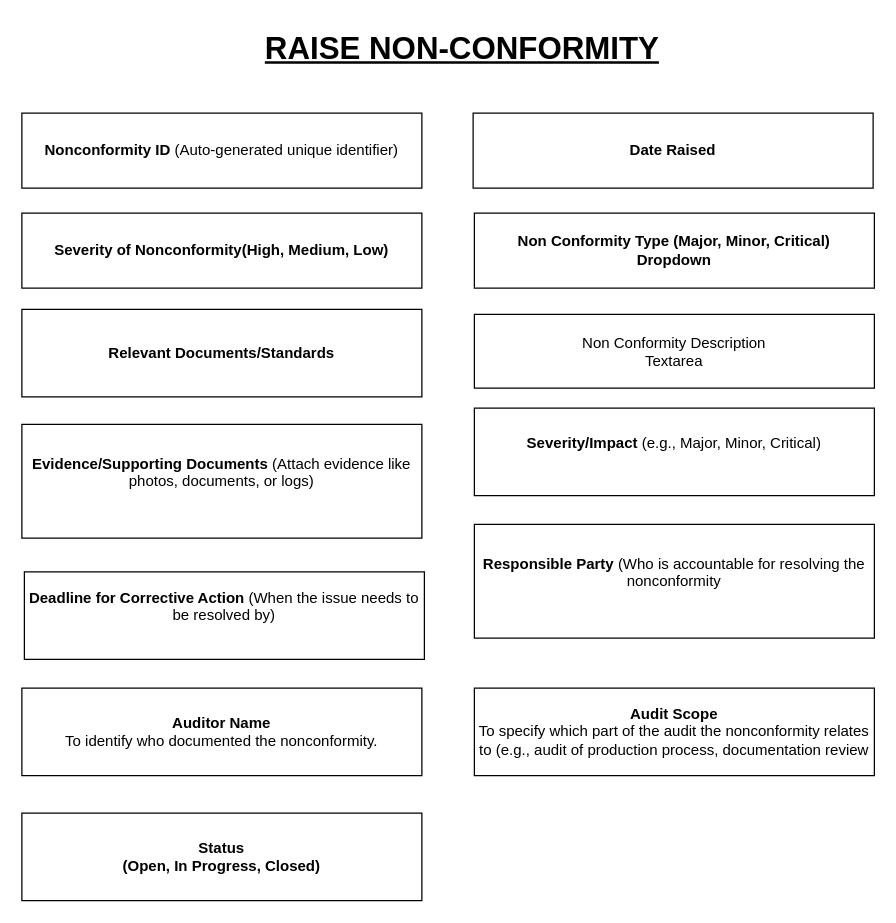
Before: page "Raise Non - Conformity" (4 of 28) of Untitled Diagram.drawio in AvikM1996/draw.io, a draw.io diagram. Source tidied: cells renumbered, new cells numbered last; positions are measured from the earlier drawing's top-left corner, leaving out a move shared by most shapes. Both pictures are drawn from the tidied source at 125%, with x=0, y=0 at pixel (21, 21).
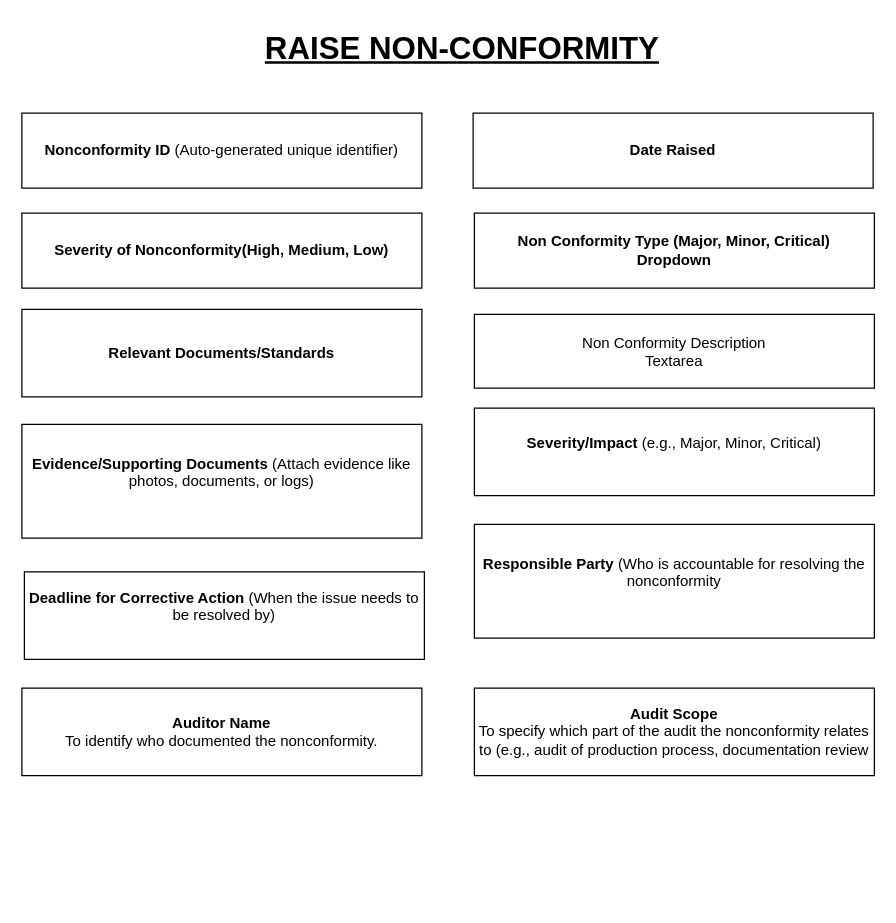
The same page after the edit.

The edit, as a diff of the source:
```diff
@@
 <mxGraphModel>
   <root>
     <mxCell id="0" />
     <mxCell id="1" parent="0" />
     <mxCell id="2" value="&lt;font style=&quot;font-size: 25px;&quot;&gt;&lt;b&gt;&lt;u&gt;RAISE NON-CONFORMITY&lt;/u&gt;&lt;/b&gt;&lt;/font&gt;" style="text;html=1;align=center;verticalAlign=middle;strokeColor=none;fillColor=none;" parent="1" vertex="1">
       <mxGeometry x="182" width="340" height="40" as="geometry" />
     </mxCell>
     <mxCell id="3" value="&lt;strong&gt;Nonconformity ID&lt;/strong&gt;&amp;nbsp;(Auto-generated unique identifier)" style="rounded=0;whiteSpace=wrap;html=1;" parent="1" vertex="1">
       <mxGeometry y="73" width="320" height="60" as="geometry" />
     </mxCell>
     <mxCell id="4" value="&lt;b&gt;Non Conformity Type (Major, Minor, Critical)&lt;br&gt;Dropdown&lt;/b&gt;" style="rounded=0;whiteSpace=wrap;html=1;" parent="1" vertex="1">
       <mxGeometry x="362" y="153" width="320" height="60" as="geometry" />
     </mxCell>
     <mxCell id="5" value="&lt;b&gt;Severity of Nonconformity(High, Medium, Low)&lt;/b&gt;" style="rounded=0;whiteSpace=wrap;html=1;" parent="1" vertex="1">
       <mxGeometry y="153" width="320" height="60" as="geometry" />
     </mxCell>
     <mxCell id="6" value="Non Conformity Description&lt;br&gt;Textarea" style="rounded=0;whiteSpace=wrap;html=1;" parent="1" vertex="1">
       <mxGeometry x="362" y="234" width="320" height="59" as="geometry" />
     </mxCell>
     <mxCell id="7" value="&lt;b&gt;Relevant Documents/Standards&lt;/b&gt;" style="rounded=0;whiteSpace=wrap;html=1;" parent="1" vertex="1">
       <mxGeometry y="230" width="320" height="70" as="geometry" />
     </mxCell>
     <mxCell id="8" value="&#10;&lt;strong&gt;Severity/Impact&lt;/strong&gt; (e.g., Major, Minor, Critical)&#10;&#10;" style="rounded=0;whiteSpace=wrap;html=1;" parent="1" vertex="1">
       <mxGeometry x="362" y="309" width="320" height="70" as="geometry" />
     </mxCell>
     <mxCell id="9" value="&#10;&lt;strong&gt;Evidence/Supporting Documents&lt;/strong&gt; (Attach evidence like photos, documents, or logs)&#10;&#10;" style="rounded=0;whiteSpace=wrap;html=1;" parent="1" vertex="1">
       <mxGeometry y="322" width="320" height="91" as="geometry" />
     </mxCell>
     <mxCell id="10" value="&#10;&lt;strong&gt;Responsible Party&lt;/strong&gt; (Who is accountable for resolving the nonconformity&#10;&#10;" style="rounded=0;whiteSpace=wrap;html=1;" parent="1" vertex="1">
       <mxGeometry x="362" y="402" width="320" height="91" as="geometry" />
     </mxCell>
     <mxCell id="11" value="&#10;&lt;strong&gt;Deadline for Corrective Action&lt;/strong&gt; (When the issue needs to be resolved by)&#10;&#10;" style="rounded=0;whiteSpace=wrap;html=1;" parent="1" vertex="1">
       <mxGeometry x="2" y="440" width="320" height="70" as="geometry" />
     </mxCell>
     <mxCell id="12" value="&lt;b&gt;Date Raised&lt;/b&gt;" style="rounded=0;whiteSpace=wrap;html=1;" parent="1" vertex="1">
       <mxGeometry x="361" y="73" width="320" height="60" as="geometry" />
     </mxCell>
     <mxCell id="13" value="&lt;b&gt;Auditor Name&lt;/b&gt;&lt;br&gt;To identify who documented the nonconformity." style="rounded=0;whiteSpace=wrap;html=1;" parent="1" vertex="1">
       <mxGeometry y="533" width="320" height="70" as="geometry" />
     </mxCell>
     <mxCell id="14" value="&lt;b&gt;Audit Scope&lt;/b&gt;&lt;br&gt;To specify which part of the audit the nonconformity relates to (e.g., audit of production process, documentation review" style="rounded=0;whiteSpace=wrap;html=1;" parent="1" vertex="1">
       <mxGeometry x="362" y="533" width="320" height="70" as="geometry" />
     </mxCell>
-    <mxCell id="15" value="&lt;b&gt;Status&lt;br&gt;(Open, In Progress, Closed)&lt;/b&gt;" style="rounded=0;whiteSpace=wrap;html=1;" parent="1" vertex="1">
-      <mxGeometry y="633" width="320" height="70" as="geometry" />
-    </mxCell>
   </root>
 </mxGraphModel>
```
